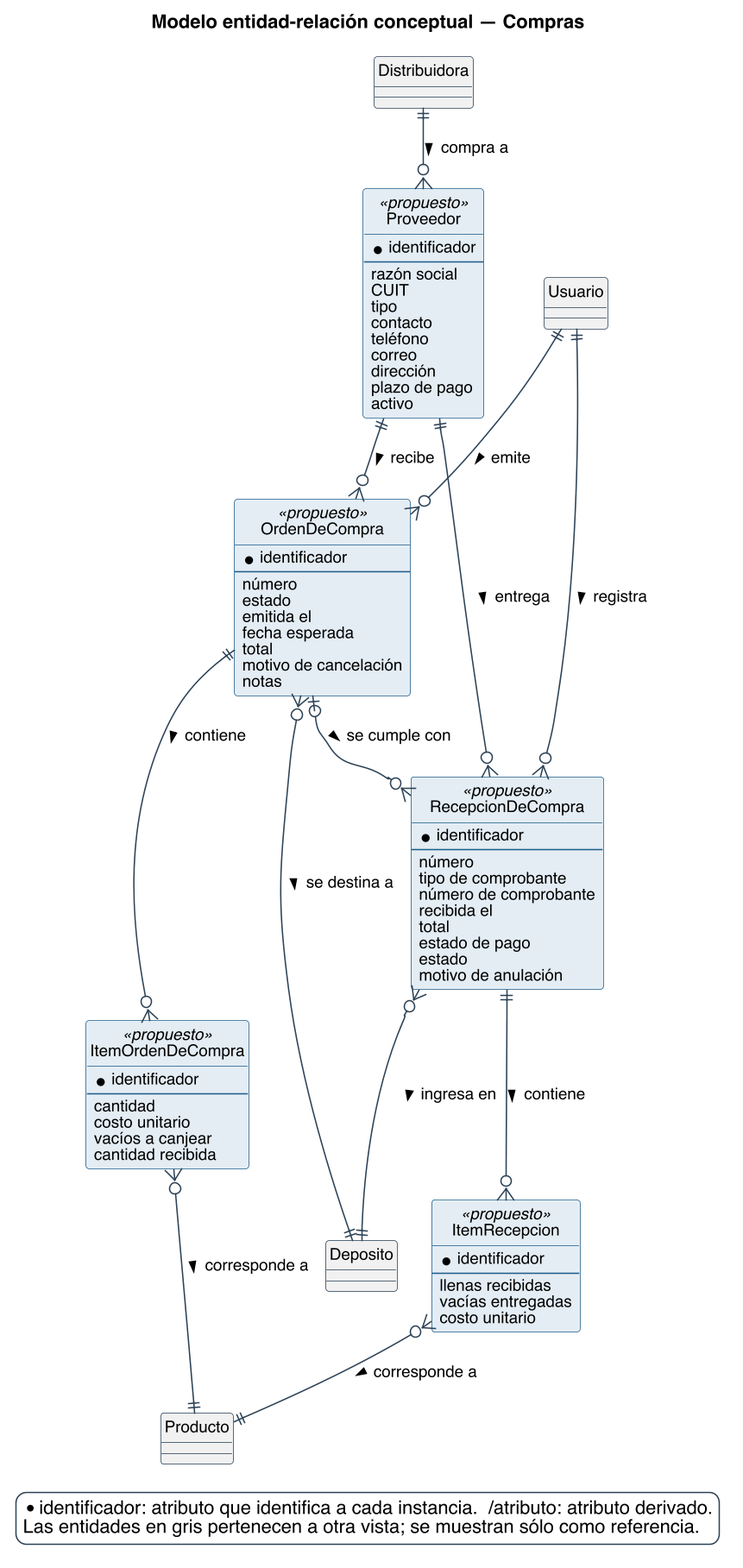
Earlier version of the PlantUML export diagramas/base-de-datos/conceptual/SPLG-der-11-compras.png (Nahuelito-Dev/splg-docs). Its diagram source:
```plantuml
@startuml
title Modelo entidad-relación conceptual — Compras
skinparam backgroundColor #FFFFFF
skinparam shadowing false
skinparam defaultFontName Helvetica
skinparam defaultFontSize 12
skinparam dpi 150
skinparam class {
  BorderColor #2C4257
  BackgroundColor #FFFFFF
  ArrowColor #2C4257
  FontSize 12
}
skinparam entity<<ajena>> {
  BackgroundColor #F1F1F1
  BorderColor #8A97A3
  FontColor #55616C
}
skinparam class<<propuesto>> {
  BorderColor #1F5E8C
  BackgroundColor #E4EDF4
}
skinparam entity<<propuesto>> {
  BorderColor #1F5E8C
  BackgroundColor #E4EDF4
}
skinparam legendBackgroundColor #FFFFFF
skinparam legendBorderColor #2C4257

hide circle

skinparam nodesep 25
skinparam ranksep 45

entity Proveedor <<propuesto>> #E4EDF4;line:1F5E8C {
  * identificador
  --
  {field} razón social
  {field} CUIT
  {field} tipo
  {field} contacto
  {field} teléfono
  {field} correo
  {field} dirección
  {field} plazo de pago
  {field} activo
}
entity OrdenDeCompra <<propuesto>> #E4EDF4;line:1F5E8C {
  * identificador
  --
  {field} número
  {field} estado
  {field} emitida el
  {field} fecha esperada
  {field} total
  {field} motivo de cancelación
  {field} notas
}
entity ItemOrdenDeCompra <<propuesto>> #E4EDF4;line:1F5E8C {
  * identificador
  --
  {field} cantidad
  {field} costo unitario
  {field} vacíos a canjear
  {field} cantidad recibida
}
entity RecepcionDeCompra <<propuesto>> #E4EDF4;line:1F5E8C {
  * identificador
  --
  {field} número
  {field} tipo de comprobante
  {field} número de comprobante
  {field} recibida el
  {field} total
  {field} estado de pago
  {field} estado
  {field} motivo de anulación
}
entity ItemRecepcion <<propuesto>> #E4EDF4;line:1F5E8C {
  * identificador
  --
  {field} llenas recibidas
  {field} vacías entregadas
  {field} costo unitario
}
entity Deposito #F1F1F1 {
}
entity Producto #F1F1F1 {
}
entity Usuario #F1F1F1 {
}
entity Distribuidora #F1F1F1 {
}

Distribuidora ||--o{ Proveedor : compra a >
Proveedor ||--o{ OrdenDeCompra : recibe >
OrdenDeCompra }o--|| Deposito : se destina a >
Usuario ||--o{ OrdenDeCompra : emite >
OrdenDeCompra ||--o{ ItemOrdenDeCompra : contiene >
ItemOrdenDeCompra }o--|| Producto : corresponde a >
Proveedor ||--o{ RecepcionDeCompra : entrega >
OrdenDeCompra |o--o{ RecepcionDeCompra : se cumple con >
RecepcionDeCompra }o--|| Deposito : ingresa en >
Usuario ||--o{ RecepcionDeCompra : registra >
RecepcionDeCompra ||--o{ ItemRecepcion : contiene >
ItemRecepcion }o--|| Producto : corresponde a >

legend bottom right
  * identificador: atributo que identifica a cada instancia.  /atributo: atributo derivado.
  Las entidades en gris pertenecen a otra vista; se muestran sólo como referencia.
endlegend
@enduml
```
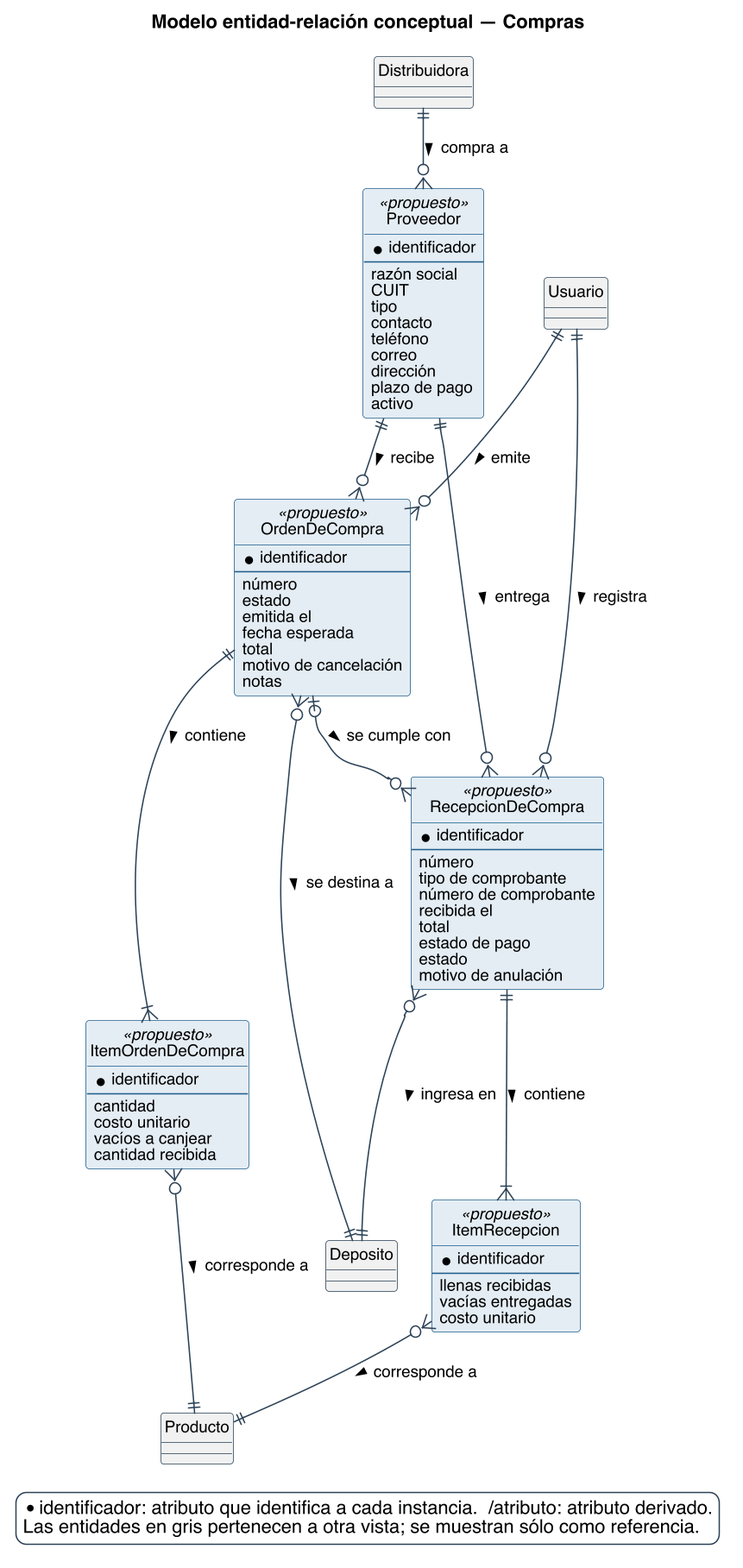
Later version of the same file.

Diff of the diagram source:
```diff
@@ -96,13 +96,13 @@
 Proveedor ||--o{ OrdenDeCompra : recibe >
 OrdenDeCompra }o--|| Deposito : se destina a >
 Usuario ||--o{ OrdenDeCompra : emite >
-OrdenDeCompra ||--o{ ItemOrdenDeCompra : contiene >
+OrdenDeCompra ||--|{ ItemOrdenDeCompra : contiene >
 ItemOrdenDeCompra }o--|| Producto : corresponde a >
 Proveedor ||--o{ RecepcionDeCompra : entrega >
 OrdenDeCompra |o--o{ RecepcionDeCompra : se cumple con >
 RecepcionDeCompra }o--|| Deposito : ingresa en >
 Usuario ||--o{ RecepcionDeCompra : registra >
-RecepcionDeCompra ||--o{ ItemRecepcion : contiene >
+RecepcionDeCompra ||--|{ ItemRecepcion : contiene >
 ItemRecepcion }o--|| Producto : corresponde a >
 
 legend bottom right
```
